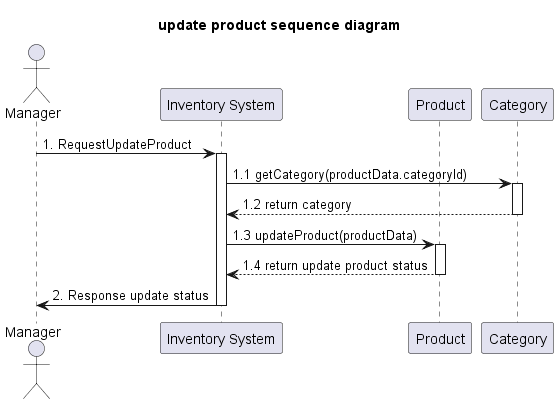
The PlantUML diagram out/system-analysis/sequence/_2_3_sequence-update-product/_2_3_sequence-update-product.png in billowdev/inventory-system-plantuml-sequelize-seeder-example, before a commit.
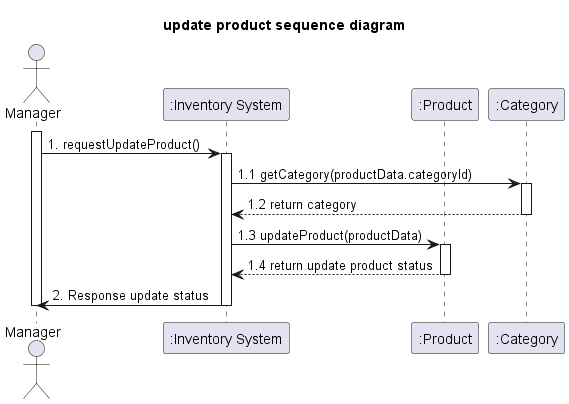
The same diagram one commit later.

The edit, as a diff of the source:
```diff
@@ -2,11 +2,13 @@
 title update product sequence diagram
 
 actor Manager as actorManager
-participant "Inventory System" as InventorySystem
-participant "Product" as classProduct
-participant "Category" as classCategory
+participant ":Inventory System" as InventorySystem
+participant ":Product" as classProduct
+participant ":Category" as classCategory
 
-actorManager -> InventorySystem: 1. RequestUpdateProduct
+activate actorManager
+
+actorManager -> InventorySystem: 1. requestUpdateProduct()
 activate InventorySystem
 
 InventorySystem -> classCategory: 1.1 getCategory(productData.categoryId)
@@ -14,7 +16,6 @@
 
 classCategory --> InventorySystem: 1.2 return category
 deactivate classCategory
-
 
 InventorySystem -> classProduct: 1.3 updateProduct(productData)
 activate classProduct
@@ -28,5 +29,5 @@
 deactivate InventorySystem
 
 
-
+deactivate actorManager
 @enduml
```
